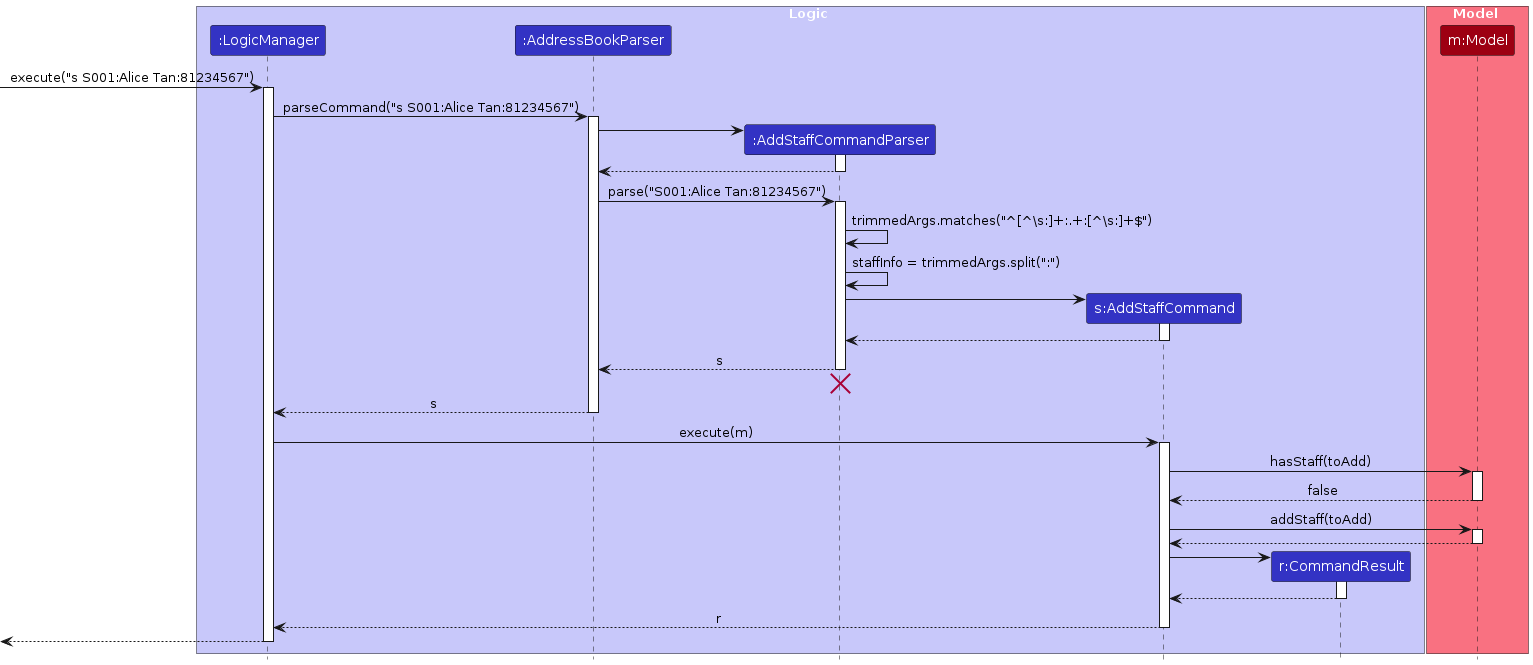
Above: diagrams/StaffShortcutCommandSequenceDiagram.png in loyaltypollution/tp (PlantUML), before the change. Its source is kept beside it as diagrams/StaffShortcutCommandSequenceDiagram.puml.
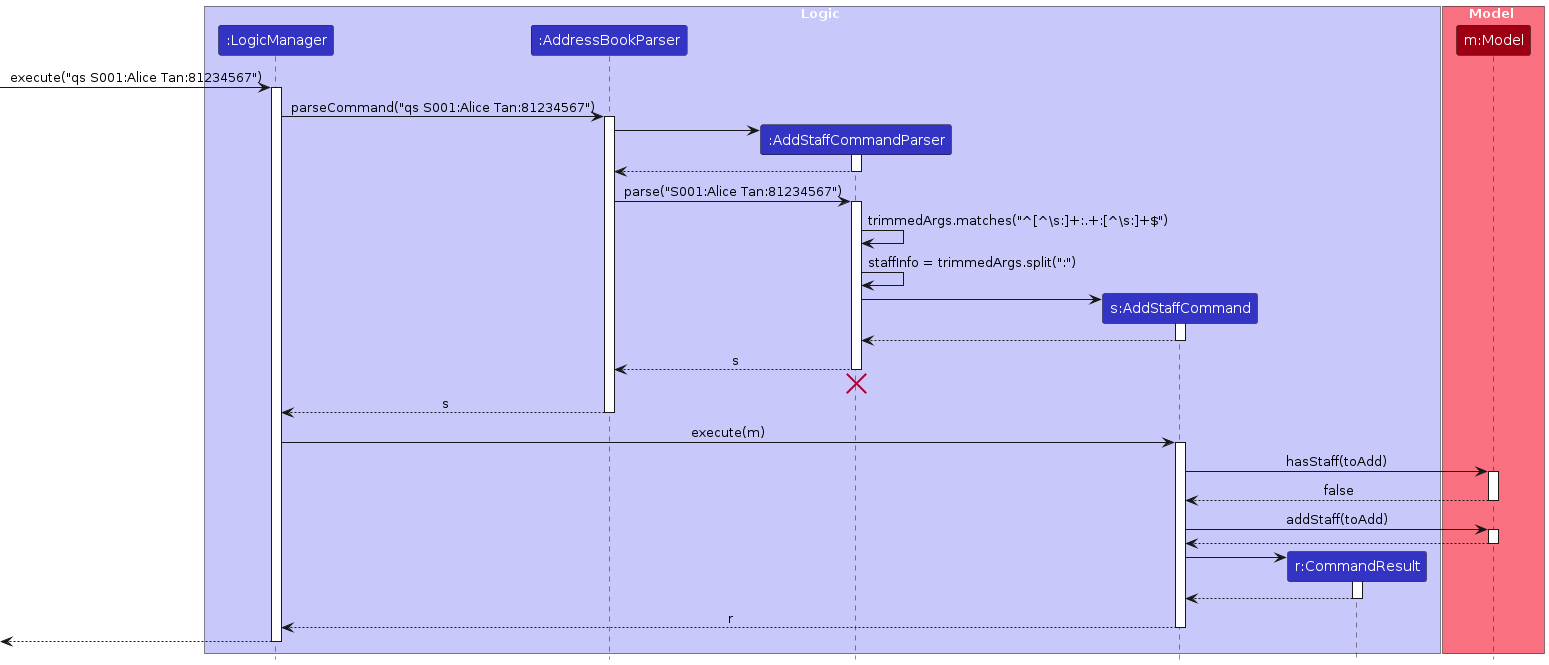
The same diagram one commit later.

Diff of the diagram source:
```diff
@@ -14,10 +14,10 @@
 participant "m:Model" as Model MODEL_COLOR
 end box
 
-[-> LogicManager : execute("s S001:Alice Tan:81234567")
+[-> LogicManager : execute("qs S001:Alice Tan:81234567")
 activate LogicManager
 
-LogicManager -> CafeConnectParser : parseCommand("s S001:Alice Tan:81234567")
+LogicManager -> CafeConnectParser : parseCommand("qs S001:Alice Tan:81234567")
 activate CafeConnectParser
 
 create AddStaffCommandParser
```
